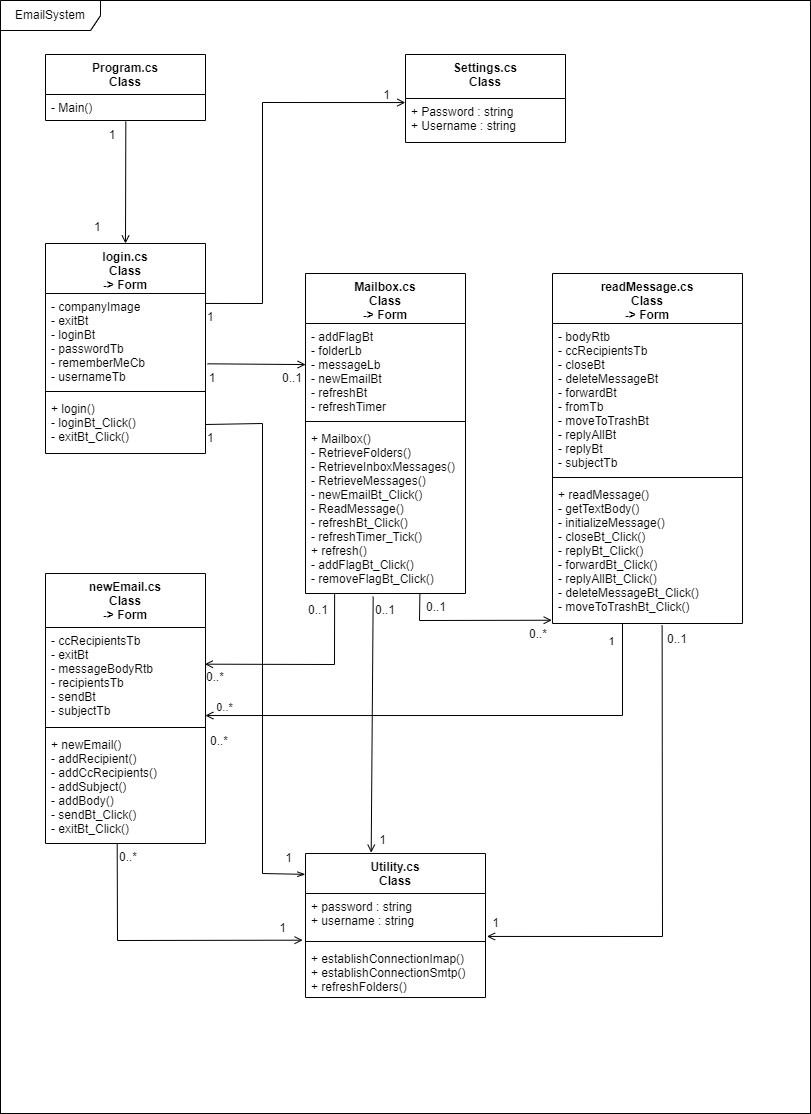
Earlier version of the draw.io export Reports/Report 2/classDiagram.drawio.png (Andreas691667/Pigeon-Mail). Source tidied: cells renumbered, new cells last; positions are measured from the earlier drawing's top-left corner, leaving out a move shared by most shapes.
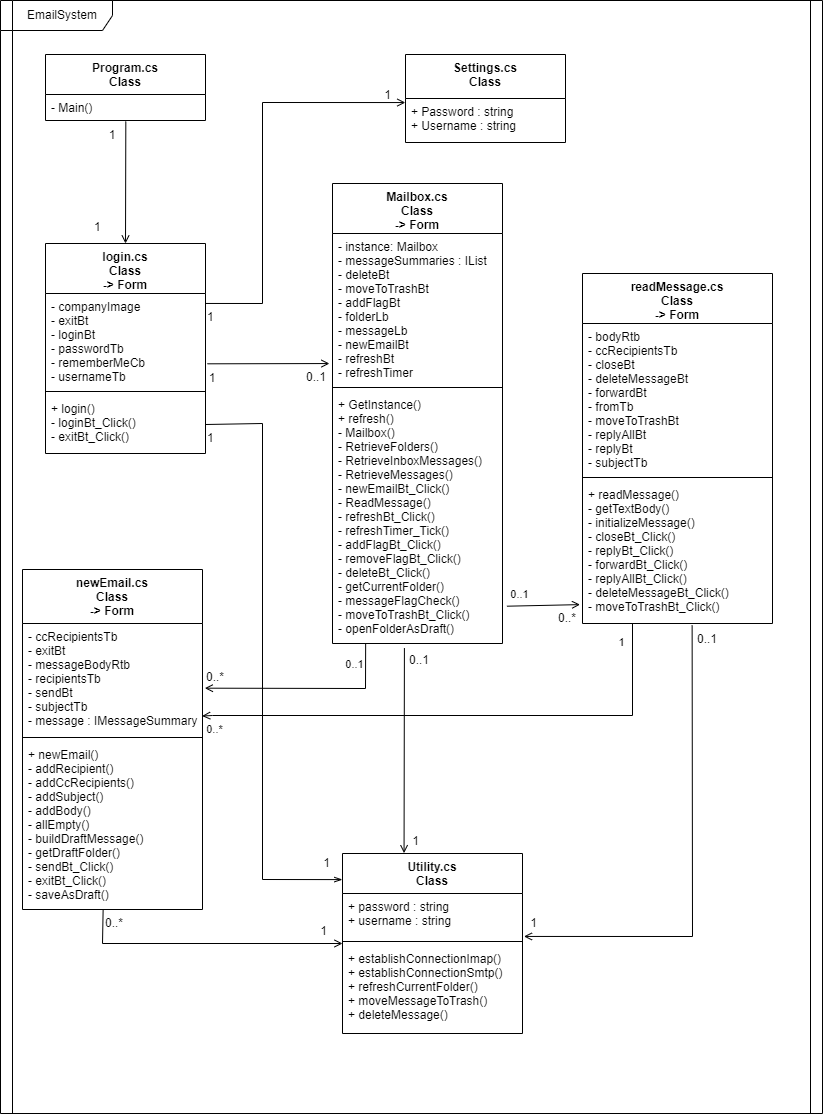
Above is the later version.

Change to the diagram source:
```diff
@@ -6,19 +6,19 @@
       <mxGeometry width="810" height="1113" as="geometry" />
     </mxCell>
     <mxCell id="3" value="EmailSystem" style="shape=umlFrame;whiteSpace=wrap;html=1;width=100;height=30;" parent="1" vertex="1">
-      <mxGeometry width="810" height="1113" as="geometry" />
+      <mxGeometry x="12" width="810" height="1113" as="geometry" />
     </mxCell>
     <mxCell id="4" value="newEmail.cs&#10;Class&#10;-&gt; Form" style="swimlane;fontStyle=1;align=center;verticalAlign=top;horizontal=1;startSize=54;" parent="1" vertex="1">
-      <mxGeometry x="45" y="573" width="160" height="270" as="geometry" />
+      <mxGeometry x="22" y="569" width="180" height="340" as="geometry" />
     </mxCell>
-    <mxCell id="5" value="- ccRecipientsTb&#10;- exitBt&#10;- messageBodyRtb&#10;- recipientsTb&#10;- sendBt&#10;- subjectTb" style="text;strokeColor=none;fillColor=none;align=left;verticalAlign=top;spacingLeft=4;spacingRight=4;overflow=hidden;points=[[0,0.5],[1,0.5]];portConstraint=eastwest;" parent="4" vertex="1">
-      <mxGeometry y="54" width="160" height="96" as="geometry" />
+    <mxCell id="5" value="- ccRecipientsTb&#10;- exitBt&#10;- messageBodyRtb&#10;- recipientsTb&#10;- sendBt&#10;- subjectTb&#10;- message : IMessageSummary" style="text;strokeColor=none;fillColor=none;align=left;verticalAlign=top;spacingLeft=4;spacingRight=4;overflow=hidden;points=[[0,0.5],[1,0.5]];portConstraint=eastwest;" parent="4" vertex="1">
+      <mxGeometry y="54" width="180" height="110" as="geometry" />
     </mxCell>
     <mxCell id="6" style="line;strokeWidth=1;fillColor=none;align=left;verticalAlign=middle;spacingTop=-1;spacingLeft=3;spacingRight=3;labelPosition=right;" parent="4" vertex="1">
-      <mxGeometry y="150" width="160" height="8" as="geometry" />
+      <mxGeometry y="164" width="180" height="8" as="geometry" />
     </mxCell>
-    <mxCell id="7" value="+ newEmail()&#10;- addRecipient()&#10;- addCcRecipients()&#10;- addSubject()&#10;- addBody()&#10;- sendBt_Click()&#10;- exitBt_Click()" style="text;strokeColor=none;fillColor=none;align=left;verticalAlign=top;spacingLeft=4;spacingRight=4;overflow=hidden;points=[[0,0.5],[1,0.5]];portConstraint=eastwest;" parent="4" vertex="1">
-      <mxGeometry y="158" width="160" height="112" as="geometry" />
+    <mxCell id="7" value="+ newEmail()&#10;- addRecipient()&#10;- addCcRecipients()&#10;- addSubject()&#10;- addBody()&#10;- allEmpty()&#10;- buildDraftMessage()&#10;- getDraftFolder()&#10;- sendBt_Click()&#10;- exitBt_Click()&#10;- saveAsDraft()" style="text;strokeColor=none;fillColor=none;align=left;verticalAlign=top;spacingLeft=4;spacingRight=4;overflow=hidden;points=[[0,0.5],[1,0.5]];portConstraint=eastwest;" parent="4" vertex="1">
+      <mxGeometry y="172" width="180" height="168" as="geometry" />
     </mxCell>
     <mxCell id="8" value="login.cs&#10;Class&#10;-&gt; Form" style="swimlane;fontStyle=1;align=center;verticalAlign=top;horizontal=1;startSize=50;" parent="1" vertex="1">
       <mxGeometry x="45" y="243" width="160" height="210" as="geometry" />
@@ -33,19 +33,19 @@
       <mxGeometry y="152" width="160" height="58" as="geometry" />
     </mxCell>
     <mxCell id="12" value="Mailbox.cs&#10;Class&#10;-&gt; Form" style="swimlane;fontStyle=1;align=center;verticalAlign=top;horizontal=1;startSize=50;" parent="1" vertex="1">
-      <mxGeometry x="305" y="273" width="160" height="320" as="geometry" />
+      <mxGeometry x="332" y="183" width="170" height="460" as="geometry" />
     </mxCell>
-    <mxCell id="13" value="- addFlagBt&#10;- folderLb&#10;- messageLb&#10;- newEmailBt&#10;- refreshBt&#10;- refreshTimer" style="text;strokeColor=none;fillColor=none;align=left;verticalAlign=top;spacingLeft=4;spacingRight=4;overflow=hidden;points=[[0,0.5],[1,0.5]];portConstraint=eastwest;" parent="12" vertex="1">
-      <mxGeometry y="50" width="160" height="94" as="geometry" />
+    <mxCell id="13" value="- instance: Mailbox&#10;- messageSummaries : IList&#10;- deleteBt&#10;- moveToTrashBt&#10;- addFlagBt&#10;- folderLb&#10;- messageLb&#10;- newEmailBt&#10;- refreshBt&#10;- refreshTimer" style="text;strokeColor=none;fillColor=none;align=left;verticalAlign=top;spacingLeft=4;spacingRight=4;overflow=hidden;points=[[0,0.5],[1,0.5]];portConstraint=eastwest;" parent="12" vertex="1">
+      <mxGeometry y="50" width="170" height="150" as="geometry" />
     </mxCell>
     <mxCell id="14" style="line;strokeWidth=1;fillColor=none;align=left;verticalAlign=middle;spacingTop=-1;spacingLeft=3;spacingRight=3;labelPosition=right;" parent="12" vertex="1">
-      <mxGeometry y="144" width="160" height="8" as="geometry" />
+      <mxGeometry y="200" width="170" height="8" as="geometry" />
     </mxCell>
-    <mxCell id="15" value="+ Mailbox()&#10;- RetrieveFolders()&#10;- RetrieveInboxMessages()&#10;- RetrieveMessages()&#10;- newEmailBt_Click()&#10;- ReadMessage()&#10;- refreshBt_Click()&#10;- refreshTimer_Tick()&#10;+ refresh()&#10;- addFlagBt_Click()&#10;- removeFlagBt_Click()" style="text;strokeColor=none;fillColor=none;align=left;verticalAlign=top;spacingLeft=4;spacingRight=4;overflow=hidden;points=[[0,0.5],[1,0.5]];portConstraint=eastwest;" parent="12" vertex="1">
-      <mxGeometry y="152" width="160" height="168" as="geometry" />
+    <mxCell id="15" value="+ GetInstance()&#10;+ refresh()&#10;- Mailbox()&#10;- RetrieveFolders()&#10;- RetrieveInboxMessages()&#10;- RetrieveMessages()&#10;- newEmailBt_Click()&#10;- ReadMessage()&#10;- refreshBt_Click()&#10;- refreshTimer_Tick()&#10;- addFlagBt_Click()&#10;- removeFlagBt_Click()&#10;- deleteBt_Click()&#10;- getCurrentFolder()&#10;- messageFlagCheck()&#10;- moveToTrashBt_Click()&#10;- openFolderAsDraft()&#10;" style="text;strokeColor=none;fillColor=none;align=left;verticalAlign=top;spacingLeft=4;spacingRight=4;overflow=hidden;points=[[0,0.5],[1,0.5]];portConstraint=eastwest;" parent="12" vertex="1">
+      <mxGeometry y="208" width="170" height="252" as="geometry" />
     </mxCell>
     <mxCell id="16" value="readMessage.cs&#10;Class &#10;-&gt; Form" style="swimlane;fontStyle=1;align=center;verticalAlign=top;horizontal=1;startSize=50;" parent="1" vertex="1">
-      <mxGeometry x="552" y="273" width="190" height="350" as="geometry" />
+      <mxGeometry x="582" y="273" width="190" height="350" as="geometry" />
     </mxCell>
     <mxCell id="17" value="- bodyRtb&#10;- ccRecipientsTb&#10;- closeBt&#10;- deleteMessageBt&#10;- forwardBt&#10;- fromTb&#10;- moveToTrashBt&#10;- replyAllBt&#10;- replyBt&#10;- subjectTb&#10;" style="text;strokeColor=none;fillColor=none;align=left;verticalAlign=top;spacingLeft=4;spacingRight=4;overflow=hidden;" parent="16" vertex="1">
       <mxGeometry y="50" width="190" height="150" as="geometry" />
@@ -57,7 +57,7 @@
       <mxGeometry y="208" width="190" height="142" as="geometry" />
     </mxCell>
     <mxCell id="20" value="Utility.cs&#10;Class" style="swimlane;fontStyle=1;align=center;verticalAlign=top;horizontal=1;startSize=40;" parent="1" vertex="1">
-      <mxGeometry x="305" y="853" width="180" height="144" as="geometry" />
+      <mxGeometry x="342" y="853" width="180" height="180" as="geometry" />
     </mxCell>
     <mxCell id="21" value="+ password : string&#10;+ username : string" style="text;strokeColor=none;fillColor=none;align=left;verticalAlign=top;spacingLeft=4;spacingRight=4;overflow=hidden;points=[[0,0.5],[1,0.5]];portConstraint=eastwest;" parent="20" vertex="1">
       <mxGeometry y="40" width="180" height="44" as="geometry" />
@@ -65,8 +65,8 @@
     <mxCell id="22" style="line;strokeWidth=1;fillColor=none;align=left;verticalAlign=middle;spacingTop=-1;spacingLeft=3;spacingRight=3;labelPosition=right;" parent="20" vertex="1">
       <mxGeometry y="84" width="180" height="8" as="geometry" />
     </mxCell>
-    <mxCell id="23" value="+ establishConnectionImap()&#10;+ establishConnectionSmtp()&#10;+ refreshFolders()" style="text;strokeColor=none;fillColor=none;align=left;verticalAlign=top;spacingLeft=4;spacingRight=4;overflow=hidden;" parent="20" vertex="1">
-      <mxGeometry y="92" width="180" height="52" as="geometry" />
+    <mxCell id="23" value="+ establishConnectionImap()&#10;+ establishConnectionSmtp()&#10;+ refreshCurrentFolder()&#10;+ moveMessageToTrash()&#10;+ deleteMessage()" style="text;strokeColor=none;fillColor=none;align=left;verticalAlign=top;spacingLeft=4;spacingRight=4;overflow=hidden;" parent="20" vertex="1">
+      <mxGeometry y="92" width="180" height="88" as="geometry" />
     </mxCell>
     <mxCell id="24" value="Program.cs&#10;Class" style="swimlane;fontStyle=1;align=center;verticalAlign=top;horizontal=1;startSize=40;" parent="1" vertex="1">
       <mxGeometry x="45" y="54" width="160" height="66" as="geometry" />
@@ -88,7 +88,7 @@
         <mxPoint x="-33" y="-30" as="offset" />
       </mxGeometry>
     </mxCell>
-    <mxCell id="30" style="endArrow=open;html=1;rounded=0;align=center;verticalAlign=top;endFill=0;labelBackgroundColor=none;entryX=0.001;entryY=0.437;entryDx=0;entryDy=0;entryPerimeter=0;exitX=1.012;exitY=0.748;exitDx=0;exitDy=0;exitPerimeter=0;" parent="1" edge="1" source="9" target="13">
+    <mxCell id="30" style="endArrow=open;html=1;rounded=0;align=center;verticalAlign=top;endFill=0;labelBackgroundColor=none;entryX=-0.018;entryY=0.867;entryDx=0;entryDy=0;entryPerimeter=0;exitX=1.012;exitY=0.748;exitDx=0;exitDy=0;exitPerimeter=0;" parent="1" edge="1" source="9" target="13">
       <mxGeometry relative="1" as="geometry" />
     </mxCell>
     <mxCell id="31" style="html=1;align=left;verticalAlign=top;labelBackgroundColor=none;" parent="30" vertex="1">
@@ -99,16 +99,17 @@
         <mxPoint x="-3" as="offset" />
       </mxGeometry>
     </mxCell>
-    <mxCell id="33" style="endArrow=none;html=1;rounded=0;align=center;verticalAlign=top;endFill=0;labelBackgroundColor=none;entryX=0.182;entryY=1;entryDx=0;entryDy=0;entryPerimeter=0;exitX=0.996;exitY=0.382;exitDx=0;exitDy=0;exitPerimeter=0;startArrow=open;startFill=0;" parent="1" edge="1" source="5" target="15">
+    <mxCell id="33" style="endArrow=none;html=1;rounded=0;align=center;verticalAlign=top;endFill=0;labelBackgroundColor=none;entryX=0.195;entryY=0.998;entryDx=0;entryDy=0;entryPerimeter=0;exitX=0.996;exitY=0.382;exitDx=0;exitDy=0;exitPerimeter=0;startArrow=open;startFill=0;" parent="1" edge="1" target="15">
       <mxGeometry x="0.1" y="-10" relative="1" as="geometry">
+        <mxPoint x="204.4" y="687.7" as="sourcePoint" />
         <Array as="points">
-          <mxPoint x="334" y="664" />
+          <mxPoint x="365" y="688" />
         </Array>
       </mxGeometry>
     </mxCell>
     <mxCell id="34" value="0..*" style="html=1;align=left;verticalAlign=top;labelBackgroundColor=none;" parent="33" vertex="1">
       <mxGeometry x="-1" relative="1" as="geometry">
-        <mxPoint y="-1" as="offset" />
+        <mxPoint y="-25" as="offset" />
       </mxGeometry>
     </mxCell>
     <mxCell id="35" style="html=1;align=right;verticalAlign=top;labelBackgroundColor=none;" parent="33" vertex="1">
@@ -116,12 +117,13 @@
         <mxPoint x="-7" as="offset" />
       </mxGeometry>
     </mxCell>
+    <mxCell id="62" value="0..1" style="edgeLabel;html=1;align=center;verticalAlign=middle;" parent="33" vertex="1">
+      <mxGeometry x="0.79" relative="1" as="geometry">
+        <mxPoint x="-12" as="offset" />
+      </mxGeometry>
+    </mxCell>
-    <mxCell id="36" style="endArrow=none;html=1;rounded=0;align=center;verticalAlign=top;endFill=0;labelBackgroundColor=none;entryX=0.715;entryY=0.999;entryDx=0;entryDy=0;entryPerimeter=0;startArrow=open;startFill=0;exitX=-0.004;exitY=0.977;exitDx=0;exitDy=0;exitPerimeter=0;" parent="1" edge="1" source="19" target="15">
-      <mxGeometry x="0.1" y="-10" relative="1" as="geometry">
-        <Array as="points">
-          <mxPoint x="419" y="620" />
-        </Array>
-      </mxGeometry>
+    <mxCell id="36" style="endArrow=none;html=1;rounded=0;align=center;verticalAlign=top;endFill=0;labelBackgroundColor=none;entryX=1.026;entryY=0.852;entryDx=0;entryDy=0;startArrow=open;startFill=0;exitX=-0.013;exitY=0.867;exitDx=0;exitDy=0;exitPerimeter=0;entryPerimeter=0;" parent="1" edge="1" source="19" target="15">
+      <mxGeometry x="0.1" y="-10" relative="1" as="geometry" />
     </mxCell>
     <mxCell id="37" value="0..*" style="html=1;align=left;verticalAlign=top;labelBackgroundColor=none;" parent="36" vertex="1">
       <mxGeometry x="-1" relative="1" as="geometry">
@@ -133,21 +135,17 @@
         <mxPoint x="-7" as="offset" />
       </mxGeometry>
     </mxCell>
-    <mxCell id="39" value="0..1" style="text;html=1;strokeColor=none;fillColor=none;align=center;verticalAlign=middle;whiteSpace=wrap;rounded=0;" parent="1" vertex="1">
-      <mxGeometry x="288" y="595" width="60" height="30" as="geometry" />
-    </mxCell>
-    <mxCell id="40" value="0..1" style="text;html=1;strokeColor=none;fillColor=none;align=center;verticalAlign=middle;whiteSpace=wrap;rounded=0;" parent="1" vertex="1">
-      <mxGeometry x="406" y="590" width="60" height="33" as="geometry" />
-    </mxCell>
+    <mxCell id="63" value="0..1" style="edgeLabel;html=1;align=center;verticalAlign=middle;" parent="36" vertex="1">
+      <mxGeometry x="0.67" relative="1" as="geometry">
+        <mxPoint y="-12" as="offset" />
+      </mxGeometry>
+    </mxCell>
     <mxCell id="41" value="1" style="text;html=1;strokeColor=none;fillColor=none;align=center;verticalAlign=middle;whiteSpace=wrap;rounded=0;" parent="1" vertex="1">
       <mxGeometry x="182" y="363" width="60" height="30" as="geometry" />
     </mxCell>
     <mxCell id="42" value="1" style="text;html=1;strokeColor=none;fillColor=none;align=center;verticalAlign=middle;whiteSpace=wrap;rounded=0;" parent="1" vertex="1">
       <mxGeometry x="82" y="120" width="60" height="30" as="geometry" />
     </mxCell>
-    <mxCell id="43" value="0..*" style="text;html=1;strokeColor=none;fillColor=none;align=center;verticalAlign=middle;whiteSpace=wrap;rounded=0;" parent="1" vertex="1">
-      <mxGeometry x="189" y="726" width="60" height="30" as="geometry" />
-    </mxCell>
     <mxCell id="44" style="endArrow=open;html=1;rounded=0;align=center;verticalAlign=top;endFill=0;labelBackgroundColor=none;entryX=-0.001;entryY=0.092;entryDx=0;entryDy=0;entryPerimeter=0;exitX=0.999;exitY=0.106;exitDx=0;exitDy=0;exitPerimeter=0;strokeWidth=1;" parent="1" edge="1" source="9" target="27">
       <mxGeometry x="0.2" y="-20" relative="1" as="geometry">
         <Array as="points">
@@ -164,10 +162,11 @@
         <mxPoint x="-15" y="-21" as="offset" />
       </mxGeometry>
     </mxCell>
-    <mxCell id="47" style="endArrow=open;html=1;rounded=0;align=center;verticalAlign=top;endFill=0;labelBackgroundColor=none;exitX=0.448;exitY=0.998;exitDx=0;exitDy=0;exitPerimeter=0;entryX=-0.016;entryY=1.061;entryDx=0;entryDy=0;entryPerimeter=0;" parent="1" edge="1" source="7" target="21">
+    <mxCell id="47" style="endArrow=open;html=1;rounded=0;align=center;verticalAlign=top;endFill=0;labelBackgroundColor=none;exitX=0.448;exitY=0.998;exitDx=0;exitDy=0;exitPerimeter=0;" parent="1" edge="1" source="7">
       <mxGeometry x="0.15" y="-13" relative="1" as="geometry">
+        <mxPoint x="342" y="943" as="targetPoint" />
         <Array as="points">
-          <mxPoint x="117" y="940" />
+          <mxPoint x="102" y="943" />
         </Array>
       </mxGeometry>
     </mxCell>
@@ -182,7 +181,7 @@
     <mxCell id="50" style="endArrow=open;html=1;rounded=0;align=center;verticalAlign=top;endFill=0;labelBackgroundColor=none;exitX=0.577;exitY=1.014;exitDx=0;exitDy=0;exitPerimeter=0;entryX=1.008;entryY=0.976;entryDx=0;entryDy=0;entryPerimeter=0;" parent="1" edge="1" source="19" target="21">
       <mxGeometry x="0.15" y="-13" relative="1" as="geometry">
         <Array as="points">
-          <mxPoint x="662" y="936" />
+          <mxPoint x="692" y="936" />
         </Array>
       </mxGeometry>
     </mxCell>
@@ -196,11 +195,13 @@
         <mxPoint x="13" y="-27" as="offset" />
       </mxGeometry>
     </mxCell>
-    <mxCell id="53" style="endArrow=open;html=1;rounded=0;align=center;verticalAlign=top;endFill=0;labelBackgroundColor=none;exitX=0.423;exitY=1.018;exitDx=0;exitDy=0;exitPerimeter=0;entryX=0.365;entryY=-0.006;entryDx=0;entryDy=0;entryPerimeter=0;" parent="1" edge="1" source="15" target="20">
+    <mxCell id="53" style="endArrow=open;html=1;rounded=0;align=center;verticalAlign=top;endFill=0;labelBackgroundColor=none;exitX=0.423;exitY=1.018;exitDx=0;exitDy=0;exitPerimeter=0;entryX=0.342;entryY=-0.002;entryDx=0;entryDy=0;entryPerimeter=0;" parent="1" edge="1" source="15" target="20">
       <mxGeometry x="0.15" y="-13" relative="1" as="geometry" />
     </mxCell>
     <mxCell id="54" value="0..1" style="html=1;align=left;verticalAlign=top;labelBackgroundColor=none;" parent="53" vertex="1">
-      <mxGeometry x="-1" relative="1" as="geometry" />
+      <mxGeometry x="-1" relative="1" as="geometry">
+        <mxPoint x="3" y="-2" as="offset" />
+      </mxGeometry>
     </mxCell>
     <mxCell id="55" value="1" style="html=1;align=right;verticalAlign=top;labelBackgroundColor=none;" parent="53" vertex="1">
       <mxGeometry x="1" relative="1" as="geometry">
@@ -211,7 +212,7 @@
       <mxGeometry x="0.15" y="-13" relative="1" as="geometry">
         <Array as="points">
           <mxPoint x="262" y="423" />
-          <mxPoint x="262" y="873" />
+          <mxPoint x="262" y="879" />
         </Array>
       </mxGeometry>
     </mxCell>
@@ -223,16 +224,18 @@
         <mxPoint x="-13" y="-30" as="offset" />
       </mxGeometry>
     </mxCell>
-    <mxCell id="59" style="edgeStyle=orthogonalEdgeStyle;rounded=0;jettySize=auto;html=1;entryX=0.999;entryY=0.917;entryDx=0;entryDy=0;entryPerimeter=0;startArrow=none;startFill=0;endArrow=open;endFill=0;strokeWidth=1;" parent="1" edge="1" source="19" target="5">
+    <mxCell id="59" style="edgeStyle=orthogonalEdgeStyle;rounded=0;jettySize=auto;html=1;entryX=0.998;entryY=0.841;entryDx=0;entryDy=0;entryPerimeter=0;startArrow=none;startFill=0;endArrow=open;endFill=0;strokeWidth=1;" parent="1" edge="1" target="5">
       <mxGeometry relative="1" as="geometry">
+        <mxPoint x="632" y="623" as="sourcePoint" />
         <Array as="points">
-          <mxPoint x="622" y="715" />
+          <mxPoint x="632" y="715" />
+          <mxPoint x="212" y="715" />
         </Array>
       </mxGeometry>
     </mxCell>
     <mxCell id="60" value="0..*" style="edgeLabel;html=1;align=center;verticalAlign=middle;" parent="59" vertex="1">
       <mxGeometry x="0.9" y="-2" relative="1" as="geometry">
-        <mxPoint x="-7" y="-7" as="offset" />
+        <mxPoint x="-14" y="15" as="offset" />
       </mxGeometry>
     </mxCell>
     <mxCell id="61" value="1" style="edgeLabel;html=1;align=center;verticalAlign=middle;" parent="59" vertex="1">
```
